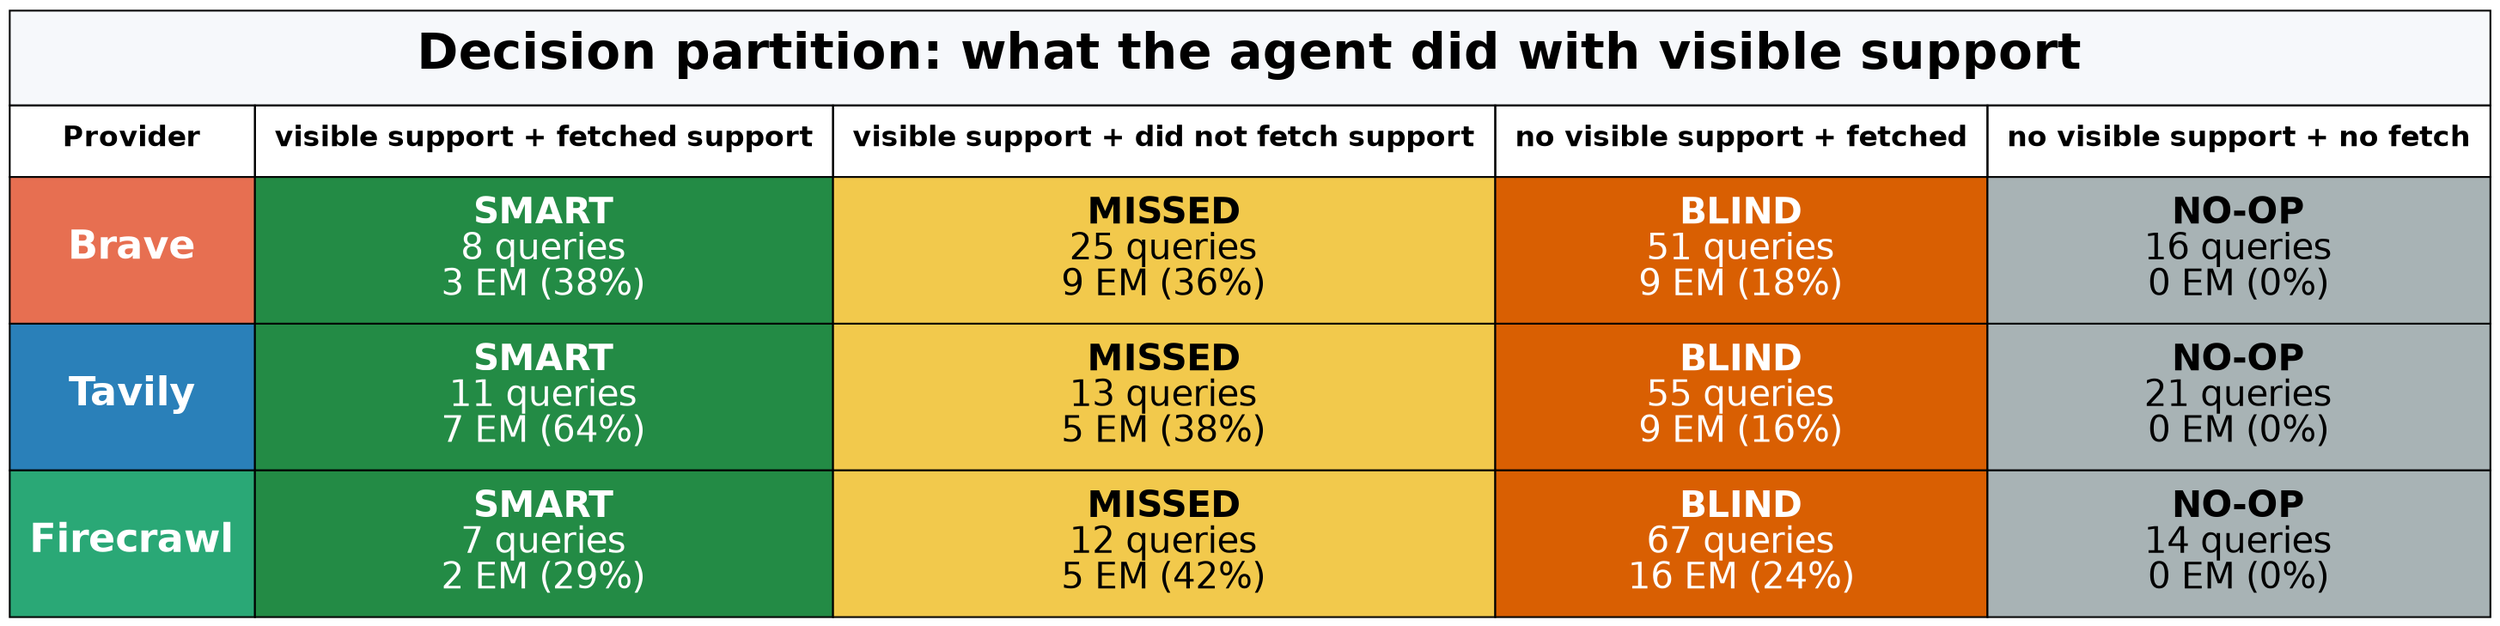
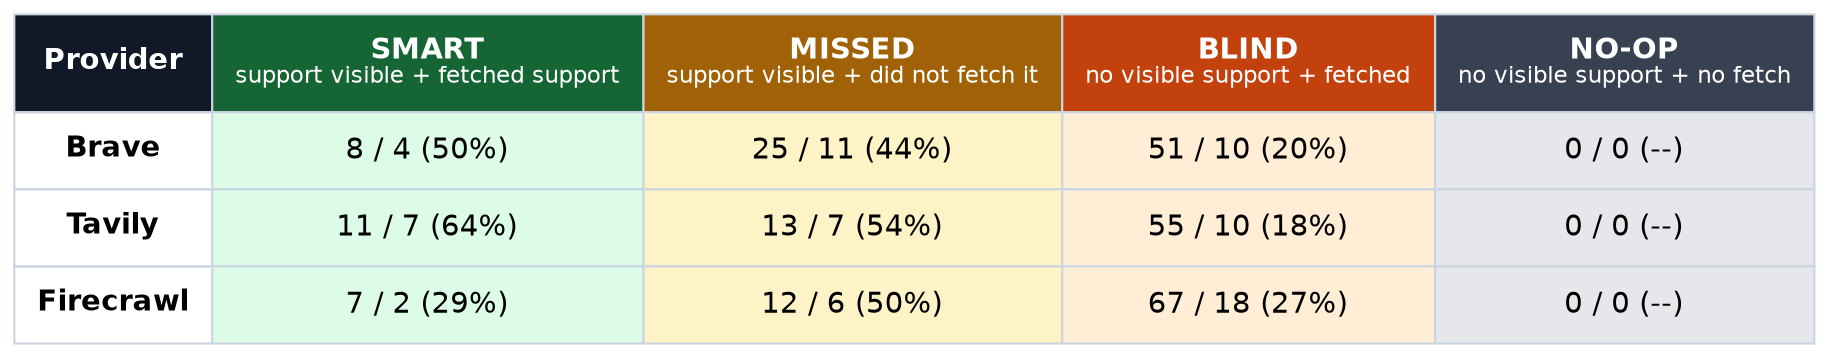
digraph G {
-   graph [rankdir=TB, bgcolor="transparent", margin=0.02];
+   graph [rankdir=TB, bgcolor="white", margin=0.04, fontname="Helvetica"];
  node [shape=plain, fontname="Helvetica"];
-   partition [label=<
-   <TABLE BORDER="0" CELLBORDER="1" CELLSPACING="0" CELLPADDING="10">
-   <TR><TD COLSPAN="5" BGCOLOR="#F6F8FB"><FONT POINT-SIZE="28"><B>Decision partition: what the agent did with visible support</B></FONT></TD></TR>
-   <TR><TD><FONT POINT-SIZE="16"><B>Provider</B></FONT></TD><TD><FONT POINT-SIZE="16"><B>visible support + fetched support</B></FONT></TD><TD><FONT POINT-SIZE="16"><B>visible support + did not fetch support</B></FONT></TD><TD><FONT POINT-SIZE="16"><B>no visible support + fetched</B></FONT></TD><TD><FONT POINT-SIZE="16"><B>no visible support + no fetch</B></FONT></TD></TR>
-   <TR><TD BGCOLOR="#E76F51"><FONT COLOR="white" POINT-SIZE="22"><B>Brave</B></FONT></TD><TD BGCOLOR="#238B45"><FONT COLOR="white" POINT-SIZE="20"><B>SMART</B><BR/>8 queries<BR/>3 EM (38%)</FONT></TD><TD BGCOLOR="#F2C94C"><FONT COLOR="black" POINT-SIZE="20"><B>MISSED</B><BR/>25 queries<BR/>9 EM (36%)</FONT></TD><TD BGCOLOR="#D95F02"><FONT COLOR="white" POINT-SIZE="20"><B>BLIND</B><BR/>51 queries<BR/>9 EM (18%)</FONT></TD><TD BGCOLOR="#A8B3B5"><FONT COLOR="black" POINT-SIZE="20"><B>NO-OP</B><BR/>16 queries<BR/>0 EM (0%)</FONT></TD></TR><TR><TD BGCOLOR="#2A80B9"><FONT COLOR="white" POINT-SIZE="22"><B>Tavily</B></FONT></TD><TD BGCOLOR="#238B45"><FONT COLOR="white" POINT-SIZE="20"><B>SMART</B><BR/>11 queries<BR/>7 EM (64%)</FONT></TD><TD BGCOLOR="#F2C94C"><FONT COLOR="black" POINT-SIZE="20"><B>MISSED</B><BR/>13 queries<BR/>5 EM (38%)</FONT></TD><TD BGCOLOR="#D95F02"><FONT COLOR="white" POINT-SIZE="20"><B>BLIND</B><BR/>55 queries<BR/>9 EM (16%)</FONT></TD><TD BGCOLOR="#A8B3B5"><FONT COLOR="black" POINT-SIZE="20"><B>NO-OP</B><BR/>21 queries<BR/>0 EM (0%)</FONT></TD></TR><TR><TD BGCOLOR="#2AA876"><FONT COLOR="white" POINT-SIZE="22"><B>Firecrawl</B></FONT></TD><TD BGCOLOR="#238B45"><FONT COLOR="white" POINT-SIZE="20"><B>SMART</B><BR/>7 queries<BR/>2 EM (29%)</FONT></TD><TD BGCOLOR="#F2C94C"><FONT COLOR="black" POINT-SIZE="20"><B>MISSED</B><BR/>12 queries<BR/>5 EM (42%)</FONT></TD><TD BGCOLOR="#D95F02"><FONT COLOR="white" POINT-SIZE="20"><B>BLIND</B><BR/>67 queries<BR/>16 EM (24%)</FONT></TD><TD BGCOLOR="#A8B3B5"><FONT COLOR="black" POINT-SIZE="20"><B>NO-OP</B><BR/>14 queries<BR/>0 EM (0%)</FONT></TD></TR>
+   part [label=<
+   <TABLE BORDER="0" CELLBORDER="1" CELLSPACING="0" CELLPADDING="10" COLOR="#CBD5E1">
+     <TR><TD BGCOLOR="#111827"><FONT COLOR="white"><B>Provider</B></FONT></TD><TD BGCOLOR="#166534"><FONT COLOR="white"><B>SMART</B><BR/><FONT POINT-SIZE="11">support visible + fetched support</FONT></FONT></TD><TD BGCOLOR="#A16207"><FONT COLOR="white"><B>MISSED</B><BR/><FONT POINT-SIZE="11">support visible + did not fetch it</FONT></FONT></TD><TD BGCOLOR="#C2410C"><FONT COLOR="white"><B>BLIND</B><BR/><FONT POINT-SIZE="11">no visible support + fetched</FONT></FONT></TD><TD BGCOLOR="#374151"><FONT COLOR="white"><B>NO-OP</B><BR/><FONT POINT-SIZE="11">no visible support + no fetch</FONT></FONT></TD></TR>
+     <TR><TD><B>Brave</B></TD><TD BGCOLOR="#DCFCE7">8 / 4 (50%)</TD><TD BGCOLOR="#FEF3C7">25 / 11 (44%)</TD><TD BGCOLOR="#FFEDD5">51 / 10 (20%)</TD><TD BGCOLOR="#E5E7EB">0 / 0 (--)</TD></TR><TR><TD><B>Tavily</B></TD><TD BGCOLOR="#DCFCE7">11 / 7 (64%)</TD><TD BGCOLOR="#FEF3C7">13 / 7 (54%)</TD><TD BGCOLOR="#FFEDD5">55 / 10 (18%)</TD><TD BGCOLOR="#E5E7EB">0 / 0 (--)</TD></TR><TR><TD><B>Firecrawl</B></TD><TD BGCOLOR="#DCFCE7">7 / 2 (29%)</TD><TD BGCOLOR="#FEF3C7">12 / 6 (50%)</TD><TD BGCOLOR="#FFEDD5">67 / 18 (27%)</TD><TD BGCOLOR="#E5E7EB">0 / 0 (--)</TD></TR>
  </TABLE>>];
}
